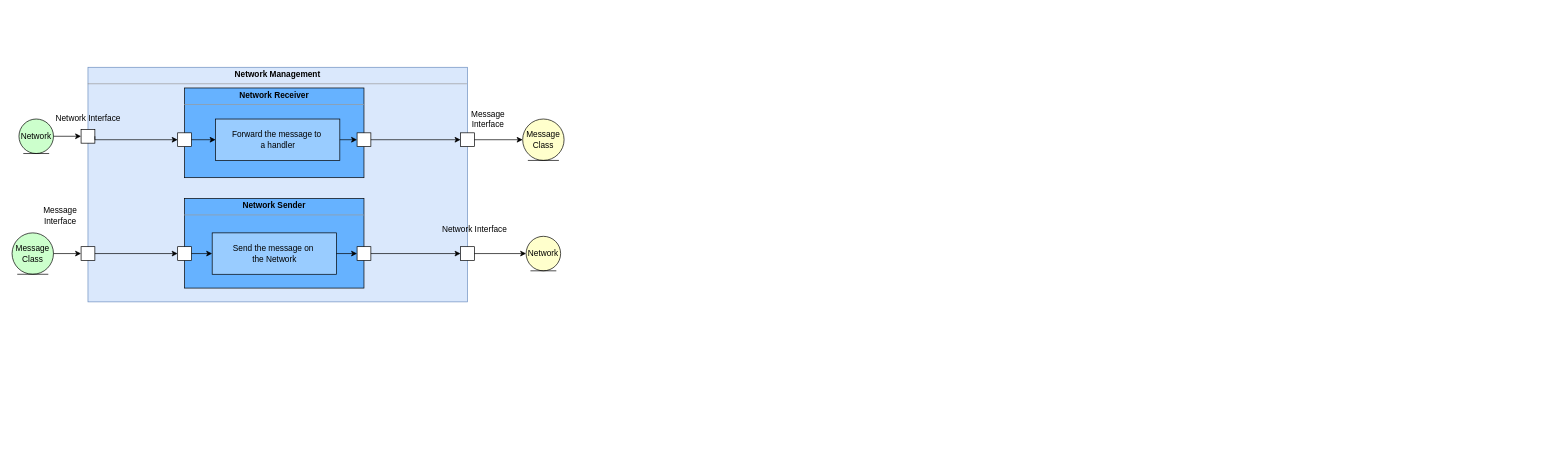
Earlier version of the draw.io diagram Projet/UML/versions modifiables/diagramme_composite_Network.drawio (Newglear/UF_projet_java). Source tidied: cells renumbered, new cells numbered last; positions are measured from the earlier drawing's top-left corner, leaving out a move shared by most shapes. Both pictures are drawn from the tidied source at 69%, with x=0, y=0 at pixel (12, 67).
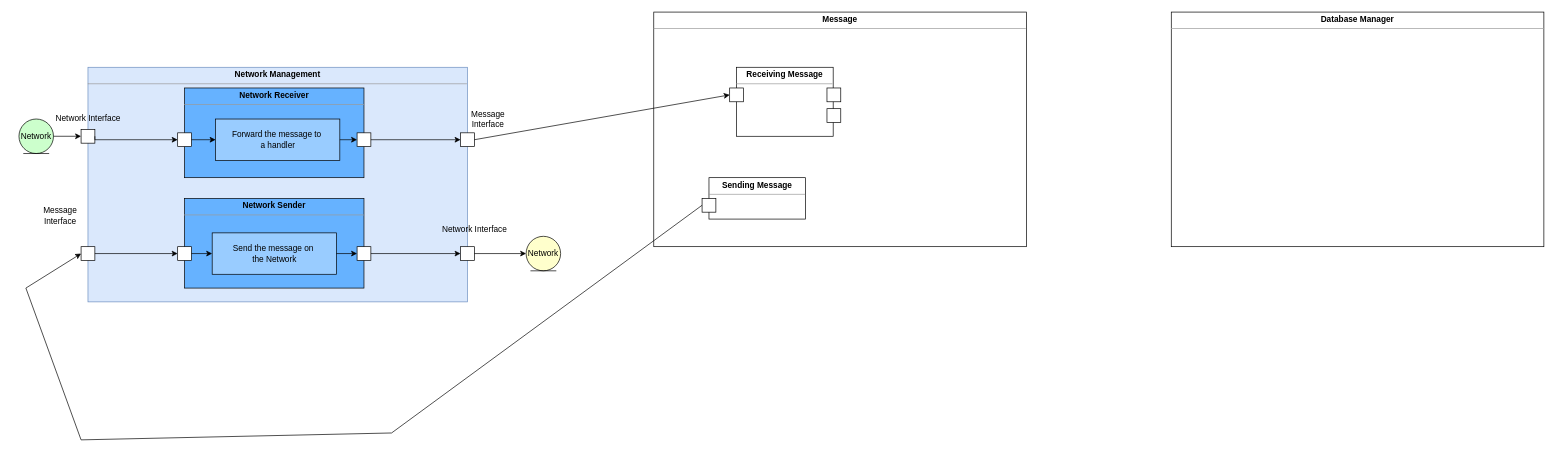
The same diagram, later.

Commit message:
Mettre à jour diagramme_composite_Network.drawio

The change refers to these unchanged cells:
```xml
<mxCell id="14" style="whiteSpace=wrap;html=1;" parent="1" vertex="1">
  <mxGeometry x="650" y="95" width="20" height="20" as="geometry" />
</mxCell>
<mxCell id="21" style="rounded=0;whiteSpace=wrap;html=1;" parent="1" vertex="1">
  <mxGeometry x="100" y="260" width="20" height="20" as="geometry" />
</mxCell>
```

Change to the diagram source:
```diff
@@
+    <mxCell id="35" value="&lt;p style=&quot;margin:0px;margin-top:4px;text-align:center;&quot;&gt;&lt;b&gt;Message&lt;/b&gt;&lt;/p&gt;&lt;hr size=&quot;1&quot;&gt;&lt;div style=&quot;height:2px;&quot;&gt;&lt;/div&gt;" style="verticalAlign=top;align=left;overflow=fill;fontSize=12;fontFamily=Helvetica;html=1;" parent="1" vertex="1">
+      <mxGeometry x="930" y="-80" width="540" height="340" as="geometry" />
+    </mxCell>
@@
-    <mxCell id="17" value="Message&lt;br&gt;Class" style="ellipse;shape=umlEntity;whiteSpace=wrap;html=1;fillColor=#FFFFCC;" parent="1" vertex="1">
-      <mxGeometry x="740" y="75" width="60" height="60" as="geometry" />
-    </mxCell>
-    <mxCell id="18" style="endArrow=classic;html=1;rounded=0;entryX=0;entryY=0.5;entryDx=0;entryDy=0;exitX=1;exitY=0.5;exitDx=0;exitDy=0;" parent="1" edge="1" source="14" target="17">
+    <mxCell id="18" style="endArrow=classic;html=1;rounded=0;exitX=1;exitY=0.5;exitDx=0;exitDy=0;entryX=0;entryY=0.5;entryDx=0;entryDy=0;" parent="1" edge="1" source="14" target="39">
       <mxGeometry relative="1" as="geometry" />
     </mxCell>
@@
-    <mxCell id="20" value="Message&lt;br&gt;Class" style="ellipse;shape=umlEntity;whiteSpace=wrap;html=1;fillColor=#CCFFCC;" parent="1" vertex="1">
-      <mxGeometry y="240" width="60" height="60" as="geometry" />
-    </mxCell>
@@
-    <mxCell id="29" style="endArrow=classic;html=1;rounded=0;exitX=1;exitY=0.5;exitDx=0;exitDy=0;entryX=0;entryY=0.5;entryDx=0;entryDy=0;" parent="1" edge="1" source="20" target="21">
-      <mxGeometry relative="1" as="geometry" />
+    <mxCell id="29" style="endArrow=classic;html=1;rounded=0;entryX=0;entryY=0.5;entryDx=0;entryDy=0;exitX=0;exitY=0.5;exitDx=0;exitDy=0;" parent="1" edge="1" source="37" target="21">
+      <mxGeometry relative="1" as="geometry">
+        <Array as="points">
+          <mxPoint x="550" y="530" />
+          <mxPoint x="100" y="540" />
+          <mxPoint x="20" y="320" />
+        </Array>
+      </mxGeometry>
     </mxCell>
@@
+    <mxCell id="36" value="&lt;p style=&quot;margin:0px;margin-top:4px;text-align:center;&quot;&gt;&lt;b&gt;Sending Message&lt;/b&gt;&lt;br&gt;&lt;/p&gt;&lt;hr size=&quot;1&quot;&gt;&lt;div style=&quot;height:2px;&quot;&gt;&lt;/div&gt;" style="verticalAlign=top;align=left;overflow=fill;fontSize=12;fontFamily=Helvetica;html=1;" parent="1" vertex="1">
+      <mxGeometry x="1010" y="160" width="140" height="60" as="geometry" />
+    </mxCell>
+    <mxCell id="37" style="whiteSpace=wrap;html=1;" parent="1" vertex="1">
+      <mxGeometry x="1000" y="190" width="20" height="20" as="geometry" />
+    </mxCell>
+    <mxCell id="38" value="&lt;p style=&quot;margin:0px;margin-top:4px;text-align:center;&quot;&gt;&lt;b&gt;Receiving Message&lt;/b&gt;&lt;br&gt;&lt;/p&gt;&lt;hr size=&quot;1&quot;&gt;&lt;div style=&quot;height:2px;&quot;&gt;&lt;/div&gt;" style="verticalAlign=top;align=left;overflow=fill;fontSize=12;fontFamily=Helvetica;html=1;" parent="1" vertex="1">
+      <mxGeometry x="1050" width="140" height="100" as="geometry" />
+    </mxCell>
+    <mxCell id="39" style="whiteSpace=wrap;html=1;" parent="1" vertex="1">
+      <mxGeometry x="1040" y="30" width="20" height="20" as="geometry" />
+    </mxCell>
+    <mxCell id="40" style="whiteSpace=wrap;html=1;" parent="1" vertex="1">
+      <mxGeometry x="1181" y="30" width="20" height="20" as="geometry" />
+    </mxCell>
+    <mxCell id="41" style="whiteSpace=wrap;html=1;" parent="1" vertex="1">
+      <mxGeometry x="1181" y="60" width="20" height="20" as="geometry" />
+    </mxCell>
+    <mxCell id="42" value="&lt;p style=&quot;margin:0px;margin-top:4px;text-align:center;&quot;&gt;&lt;b&gt;Database Manager&lt;br&gt;&lt;/b&gt;&lt;/p&gt;&lt;hr size=&quot;1&quot;&gt;&lt;div style=&quot;height:2px;&quot;&gt;&lt;/div&gt;" style="verticalAlign=top;align=left;overflow=fill;fontSize=12;fontFamily=Helvetica;html=1;" parent="1" vertex="1">
+      <mxGeometry x="1680" y="-80" width="540" height="340" as="geometry" />
+    </mxCell>
```
